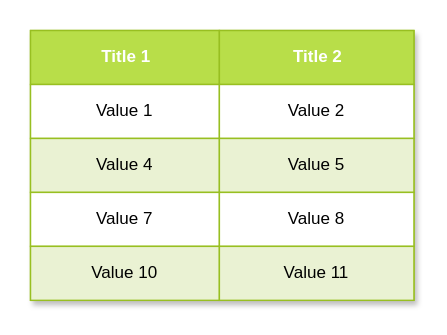
kakapreter/drawio keeps this draw.io diagram as template/表格模板.drawio. Above is the earlier version. Source tidied: cells renumbered, new cells numbered last; positions are measured from the earlier drawing's top-left corner, leaving out a move shared by most shapes. Both pictures are drawn from the tidied source at 142%, with x=0, y=0 at pixel (30, 30).
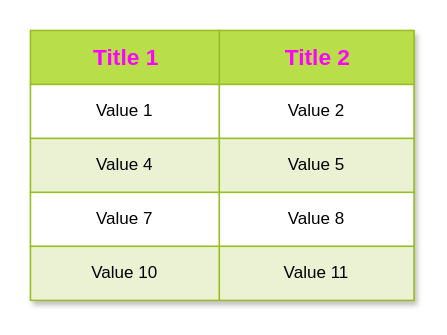
After the change.

Commit message (it also covers changes not shown here):
更新表格模板.drawio

What changed in the source:
```diff
@@
 <mxGraphModel>
   <root>
     <mxCell id="0" />
     <mxCell id="1" parent="0" />
     <mxCell id="2" value="Assets" style="childLayout=tableLayout;strokeColor=#98bf21;fillColor=#A7C942;shadow=1;fontFamily=Helvetica;fontSize=12;fontColor=default;startSize=0;flipV=1;flipH=1;" parent="1" vertex="1">
       <mxGeometry width="270" height="190" as="geometry" />
     </mxCell>
     <mxCell id="3" style="shape=tableRow;horizontal=0;startSize=0;swimlaneHead=0;swimlaneBody=0;top=0;left=0;bottom=0;right=0;fontStyle=0;strokeColor=inherit;fillColor=#ffffff;fontFamily=Helvetica;fontSize=12;fontColor=default;" parent="2" vertex="1">
       <mxGeometry width="270" height="38" as="geometry" />
     </mxCell>
-    <mxCell id="4" value="Title 1" style="strokeColor=inherit;fillColor=#B8DE49;align=center;fontStyle=1;fontColor=#FFFFFF;html=1;fontFamily=Helvetica;fontSize=12;startSize=0;" parent="3" vertex="1">
+    <mxCell id="4" value="Title 1" style="strokeColor=inherit;fillColor=#B8DE49;align=center;fontStyle=1;fontColor=#FF00FF;html=1;fontFamily=Helvetica;fontSize=16;startSize=0;" parent="3" vertex="1">
       <mxGeometry width="133" height="38" as="geometry" />
     </mxCell>
-    <mxCell id="5" value="Title 2" style="strokeColor=inherit;fillColor=#B8DE49;align=center;fontStyle=1;fontColor=#FFFFFF;html=1;fontFamily=Helvetica;fontSize=12;startSize=0;" parent="3" vertex="1">
+    <mxCell id="5" value="Title 2" style="strokeColor=inherit;fillColor=#B8DE49;align=center;fontStyle=1;fontColor=#FF00FF;html=1;fontFamily=Helvetica;fontSize=16;startSize=0;" parent="3" vertex="1">
       <mxGeometry x="133" width="137" height="38" as="geometry" />
     </mxCell>
     <mxCell id="6" style="shape=tableRow;horizontal=0;startSize=0;swimlaneHead=0;swimlaneBody=0;top=0;left=0;bottom=0;right=0;fontStyle=0;strokeColor=inherit;fillColor=#ffffff;fontFamily=Helvetica;fontSize=12;fontColor=default;" parent="2" vertex="1">
       <mxGeometry y="38" width="270" height="38" as="geometry" />
     </mxCell>
     <mxCell id="7" value="Value 1" style="strokeColor=inherit;fillColor=inherit;align=center;whiteSpace=wrap;html=1;fontFamily=Helvetica;fontSize=12;fontColor=default;startSize=0;" parent="6" vertex="1">
       <mxGeometry width="133" height="38" as="geometry" />
     </mxCell>
     <mxCell id="8" value="Value 2" style="strokeColor=inherit;fillColor=inherit;align=center;whiteSpace=wrap;html=1;fontFamily=Helvetica;fontSize=12;fontColor=default;startSize=0;" parent="6" vertex="1">
       <mxGeometry x="133" width="137" height="38" as="geometry" />
     </mxCell>
     <mxCell id="9" style="shape=tableRow;horizontal=0;startSize=0;swimlaneHead=0;swimlaneBody=0;top=0;left=0;bottom=0;right=0;fontStyle=1;strokeColor=inherit;fillColor=#EAF2D3;fontFamily=Helvetica;fontSize=12;fontColor=default;" parent="2" vertex="1">
       <mxGeometry y="76" width="270" height="38" as="geometry" />
     </mxCell>
     <mxCell id="10" value="Value 4" style="strokeColor=inherit;fillColor=inherit;whiteSpace=wrap;html=1;fontFamily=Helvetica;fontSize=12;fontColor=default;startSize=0;" parent="9" vertex="1">
       <mxGeometry width="133" height="38" as="geometry" />
     </mxCell>
     <mxCell id="11" value="Value 5" style="strokeColor=inherit;fillColor=inherit;whiteSpace=wrap;html=1;fontFamily=Helvetica;fontSize=12;fontColor=default;startSize=0;" parent="9" vertex="1">
       <mxGeometry x="133" width="137" height="38" as="geometry" />
     </mxCell>
     <mxCell id="12" style="shape=tableRow;horizontal=0;startSize=0;swimlaneHead=0;swimlaneBody=0;top=0;left=0;bottom=0;right=0;fontStyle=0;strokeColor=inherit;fillColor=#ffffff;fontFamily=Helvetica;fontSize=12;fontColor=default;" parent="2" vertex="1">
       <mxGeometry y="114" width="270" height="38" as="geometry" />
     </mxCell>
     <mxCell id="13" value="Value 7" style="strokeColor=inherit;fillColor=inherit;fontStyle=0;align=center;whiteSpace=wrap;html=1;fontFamily=Helvetica;fontSize=12;fontColor=default;startSize=0;" parent="12" vertex="1">
       <mxGeometry width="133" height="38" as="geometry" />
     </mxCell>
     <mxCell id="14" value="Value 8" style="strokeColor=inherit;fillColor=inherit;fontStyle=0;align=center;whiteSpace=wrap;html=1;fontFamily=Helvetica;fontSize=12;fontColor=default;startSize=0;" parent="12" vertex="1">
       <mxGeometry x="133" width="137" height="38" as="geometry" />
     </mxCell>
     <mxCell id="15" style="shape=tableRow;horizontal=0;startSize=0;swimlaneHead=0;swimlaneBody=0;top=0;left=0;bottom=0;right=0;fontStyle=1;strokeColor=inherit;fillColor=#EAF2D3;fontFamily=Helvetica;fontSize=12;fontColor=default;" parent="2" vertex="1">
       <mxGeometry y="152" width="270" height="38" as="geometry" />
     </mxCell>
     <mxCell id="16" value="Value 10" style="strokeColor=inherit;fillColor=inherit;whiteSpace=wrap;html=1;fontFamily=Helvetica;fontSize=12;fontColor=default;startSize=0;" parent="15" vertex="1">
       <mxGeometry width="133" height="38" as="geometry" />
     </mxCell>
     <mxCell id="17" value="Value 11" style="strokeColor=inherit;fillColor=inherit;whiteSpace=wrap;html=1;fontFamily=Helvetica;fontSize=12;fontColor=default;startSize=0;" parent="15" vertex="1">
       <mxGeometry x="133" width="137" height="38" as="geometry" />
     </mxCell>
   </root>
 </mxGraphModel>
```
